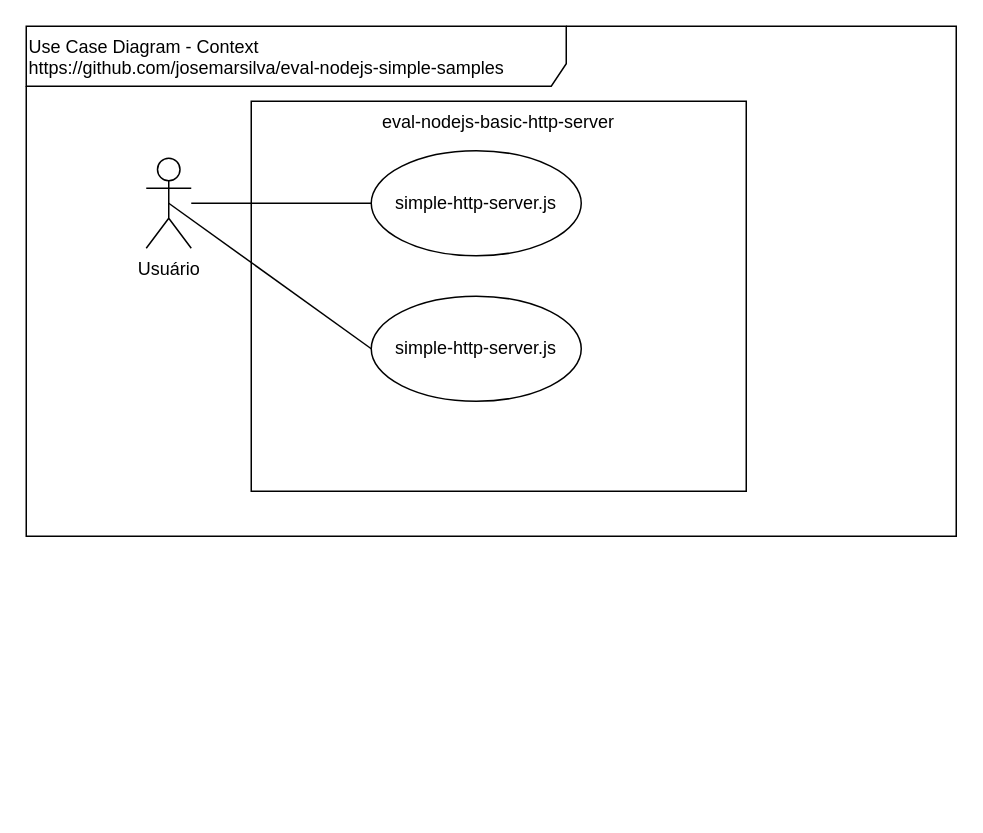
This is doc/UseCaseDiagram-Context.drawio from josemarsilva/eval-nodejs-simple-samples, a draw.io file, before an edit. Source tidied: cells renumbered, new cells numbered last; positions are measured from the earlier drawing's top-left corner, leaving out a move shared by most shapes. Both pictures are drawn from the tidied source at 150%, with x=0, y=0 at pixel (26, 26).
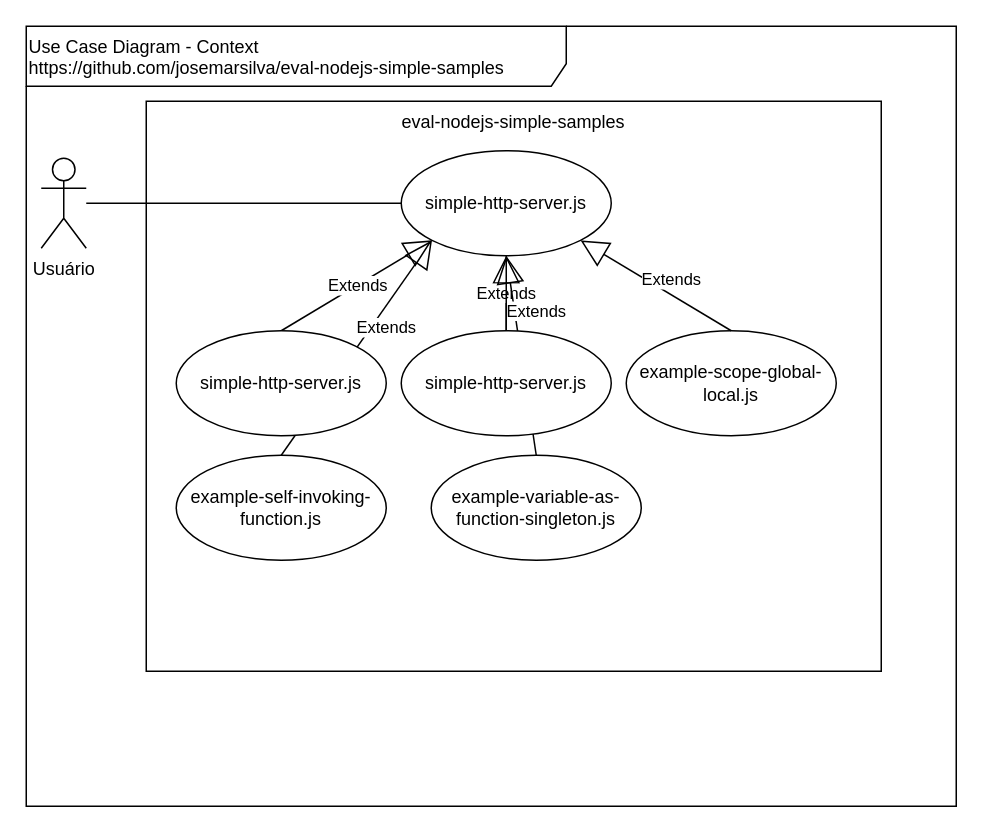
Above is the later version.

Commit message (it also covers changes not shown here):
./doc UseCaseDiagram e DeployDiagram

Diff of the diagram source:
```diff
@@
 <mxGraphModel>
   <root>
     <mxCell id="0" />
     <mxCell id="1" parent="0" />
     <mxCell id="2" value="Use Case Diagram - Context&lt;br&gt;https://github.com/josemarsilva/eval-nodejs-simple-samples" style="shape=umlFrame;whiteSpace=wrap;html=1;width=360;height=40;verticalAlign=top;align=left;" parent="1" vertex="1">
-      <mxGeometry width="620" height="340" as="geometry" />
+      <mxGeometry width="620" height="520" as="geometry" />
     </mxCell>
     <mxCell id="3" value="&lt;div style=&quot;text-align: center&quot;&gt;&lt;span&gt;Usuário&lt;/span&gt;&lt;/div&gt;" style="shape=umlActor;verticalLabelPosition=bottom;labelBackgroundColor=#ffffff;verticalAlign=top;html=1;align=center;" parent="1" vertex="1">
-      <mxGeometry x="80" y="88" width="30" height="60" as="geometry" />
+      <mxGeometry x="10" y="88" width="30" height="60" as="geometry" />
     </mxCell>
-    <mxCell id="4" value="eval-nodejs-basic-http-server" style="rounded=0;whiteSpace=wrap;html=1;align=center;verticalAlign=top;" parent="1" vertex="1">
-      <mxGeometry x="150" y="50" width="330" height="260" as="geometry" />
+    <mxCell id="4" value="eval-nodejs-simple-samples" style="rounded=0;whiteSpace=wrap;html=1;align=center;verticalAlign=top;" parent="1" vertex="1">
+      <mxGeometry x="80" y="50" width="490" height="380" as="geometry" />
     </mxCell>
+    <mxCell id="6" style="edgeStyle=orthogonalEdgeStyle;rounded=0;jettySize=auto;html=1;endArrow=none;endFill=0;entryX=0;entryY=0.5;entryDx=0;entryDy=0;" parent="1" edge="1" source="3" target="12">
+      <mxGeometry relative="1" as="geometry" />
+    </mxCell>
+    <mxCell id="9" value="example-scope-global-local.js" style="ellipse;whiteSpace=wrap;html=1;align=center;" parent="1" vertex="1">
+      <mxGeometry x="400" y="203" width="140" height="70" as="geometry" />
+    </mxCell>
+    <mxCell id="10" value="example-self-invoking-function.js" style="ellipse;whiteSpace=wrap;html=1;align=center;" parent="1" vertex="1">
+      <mxGeometry x="100" y="286" width="140" height="70" as="geometry" />
+    </mxCell>
+    <mxCell id="11" value="example-variable-as-function-singleton.js" style="ellipse;whiteSpace=wrap;html=1;align=center;" parent="1" vertex="1">
+      <mxGeometry x="270" y="286" width="140" height="70" as="geometry" />
+    </mxCell>
+    <mxCell id="12" value="simple-http-server.js" style="ellipse;whiteSpace=wrap;html=1;align=center;" parent="1" vertex="1">
+      <mxGeometry x="250" y="83" width="140" height="70" as="geometry" />
+    </mxCell>
+    <mxCell id="13" value="Extends" style="endArrow=block;endSize=16;endFill=0;html=1;entryX=0;entryY=1;entryDx=0;entryDy=0;exitX=0.5;exitY=0;exitDx=0;exitDy=0;" parent="1" edge="1" source="5" target="12">
+      <mxGeometry relative="1" as="geometry" />
+    </mxCell>
+    <mxCell id="14" value="Extends" style="endArrow=block;endSize=16;endFill=0;html=1;entryX=0;entryY=1;entryDx=0;entryDy=0;exitX=0.5;exitY=0;exitDx=0;exitDy=0;" parent="1" edge="1" source="10" target="12">
+      <mxGeometry x="0.26" y="-8" relative="1" as="geometry" />
+    </mxCell>
+    <mxCell id="15" value="Extends" style="endArrow=block;endSize=16;endFill=0;html=1;entryX=0.5;entryY=1;entryDx=0;entryDy=0;exitX=0.5;exitY=0;exitDx=0;exitDy=0;" parent="1" edge="1" source="7" target="12">
+      <mxGeometry relative="1" as="geometry" />
+    </mxCell>
+    <mxCell id="16" value="Extends" style="endArrow=block;endSize=16;endFill=0;html=1;entryX=0.5;entryY=1;entryDx=0;entryDy=0;exitX=0.5;exitY=0;exitDx=0;exitDy=0;" parent="1" edge="1" source="11" target="12">
+      <mxGeometry x="0.41" y="-14" relative="1" as="geometry" />
+    </mxCell>
+    <mxCell id="17" style="edgeStyle=none;rounded=0;jettySize=auto;html=1;endArrow=none;endFill=0;" parent="1" edge="1" source="7" target="12">
+      <mxGeometry relative="1" as="geometry" />
+    </mxCell>
+    <mxCell id="7" value="simple-http-server.js" style="ellipse;whiteSpace=wrap;html=1;align=center;" parent="1" vertex="1">
+      <mxGeometry x="250" y="203" width="140" height="70" as="geometry" />
+    </mxCell>
     <mxCell id="5" value="simple-http-server.js" style="ellipse;whiteSpace=wrap;html=1;align=center;" parent="1" vertex="1">
-      <mxGeometry x="230" y="83" width="140" height="70" as="geometry" />
+      <mxGeometry x="100" y="203" width="140" height="70" as="geometry" />
     </mxCell>
-    <mxCell id="6" style="edgeStyle=orthogonalEdgeStyle;rounded=0;jettySize=auto;html=1;endArrow=none;endFill=0;" parent="1" edge="1" source="3" target="5">
-      <mxGeometry relative="1" as="geometry" />
-    </mxCell>
-    <mxCell id="7" value="simple-http-server.js" style="ellipse;whiteSpace=wrap;html=1;align=center;" parent="1" vertex="1">
-      <mxGeometry x="230" y="180" width="140" height="70" as="geometry" />
-    </mxCell>
-    <mxCell id="8" style="rounded=0;jettySize=auto;html=1;endArrow=none;endFill=0;entryX=0;entryY=0.5;entryDx=0;entryDy=0;exitX=0.5;exitY=0.5;exitDx=0;exitDy=0;exitPerimeter=0;" parent="1" edge="1" source="3" target="7">
-      <mxGeometry relative="1" as="geometry" />
-    </mxCell>
+    <mxCell id="18" value="Extends" style="endArrow=block;endSize=16;endFill=0;html=1;entryX=1;entryY=1;entryDx=0;entryDy=0;exitX=0.5;exitY=0;exitDx=0;exitDy=0;" parent="1" edge="1" source="9" target="12">
+      <mxGeometry x="-0.12" y="-8" relative="1" as="geometry" />
+    </mxCell>
   </root>
 </mxGraphModel>
```
